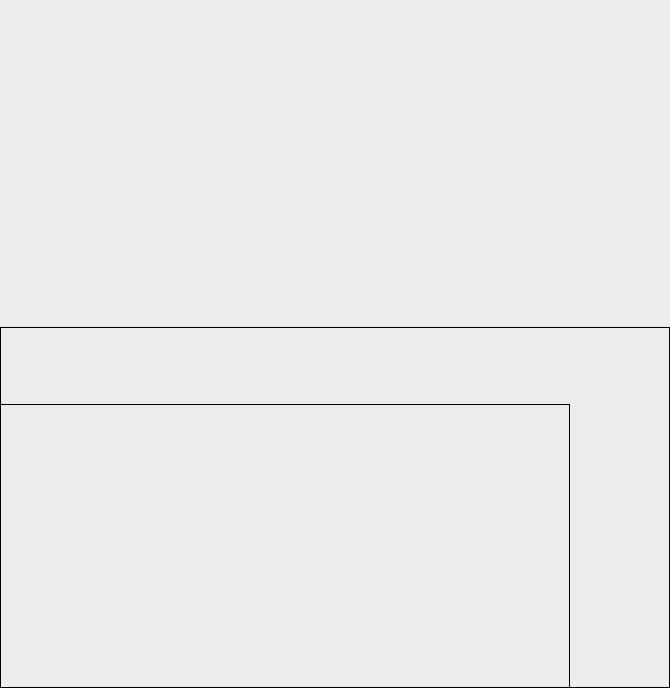
The draw.io diagram new.drawio.png in Posuza/draw.io-files, before a commit. Source tidied: cells renumbered, new cells last; positions are measured from the earlier drawing's top-left corner, leaving out a move shared by most shapes.
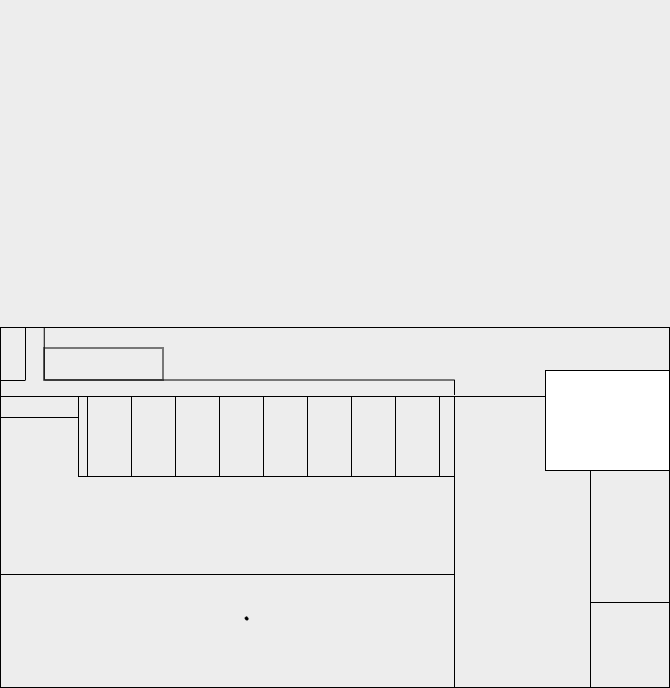
Above is the later version.

Diff of the diagram source:
```diff
@@ -1,9 +1,12 @@
-<mxGraphModel background="light-dark(#EDEDED,#D1D1D1)">
+<mxGraphModel background="light-dark(#EDEDED,#E6E6E6)">
   <root>
     <mxCell id="0" />
     <mxCell id="1" parent="0" />
+    <mxCell id="4" style="rounded=0;whiteSpace=wrap;html=1;fillColor=none;strokeColor=light-dark(#000000,#000000);" parent="1" vertex="1">
+      <mxGeometry y="318" width="669" height="360" as="geometry" />
+    </mxCell>
     <mxCell id="2" style="rounded=0;whiteSpace=wrap;html=1;fillColor=none;strokeColor=light-dark(#000000,#000000);" parent="1" vertex="1">
-      <mxGeometry y="395" width="569" height="283" as="geometry" />
+      <mxGeometry y="387" width="590" height="291" as="geometry" />
     </mxCell>
     <mxCell id="3" style="edgeStyle=none;curved=1;rounded=0;orthogonalLoop=1;jettySize=auto;html=1;exitX=1;exitY=0;exitDx=0;exitDy=0;fontSize=12;startSize=8;endSize=8;" parent="1" edge="1">
       <mxGeometry relative="1" as="geometry">
@@ -11,8 +14,68 @@
         <mxPoint x="258" as="targetPoint" />
       </mxGeometry>
     </mxCell>
-    <mxCell id="4" style="rounded=0;whiteSpace=wrap;html=1;fillColor=none;strokeColor=light-dark(#000000,#000000);" parent="1" vertex="1">
-      <mxGeometry y="318" width="669" height="360" as="geometry" />
-    </mxCell>
+    <mxCell id="5" style="rounded=0;whiteSpace=wrap;html=1;fillColor=none;strokeColor=light-dark(#000000,#000000);" parent="1" vertex="1">
+      <mxGeometry y="387" width="454" height="291" as="geometry" />
+    </mxCell>
+    <mxCell id="6" style="rounded=0;whiteSpace=wrap;html=1;fillColor=none;strokeColor=light-dark(#000000,#000000);glass=0;shadow=0;gradientColor=none;" parent="1" vertex="1">
+      <mxGeometry x="590" y="461" width="79" height="132" as="geometry" />
+    </mxCell>
+    <mxCell id="7" style="rounded=0;whiteSpace=wrap;html=1;fillColor=light-dark(#FFFFFF,#666666);strokeColor=light-dark(#000000,#000000);glass=0;shadow=0;gradientColor=none;" parent="1" vertex="1">
+      <mxGeometry x="545" y="361" width="124" height="100" as="geometry" />
+    </mxCell>
+    <mxCell id="8" style="rounded=0;whiteSpace=wrap;html=1;glass=0;shadow=0;fillColor=light-dark(#FFFFFF, #d1d1d1);strokeColor=none;" parent="1" vertex="1">
+      <mxGeometry x="554.5" y="371" width="105" height="80" as="geometry" />
+    </mxCell>
+    <mxCell id="9" style="rounded=0;whiteSpace=wrap;html=1;glass=0;shadow=0;fillColor=none;strokeColor=light-dark(#000000,#1A1A1A);" parent="1" vertex="1">
+      <mxGeometry x="439" y="387" width="15" height="80" as="geometry" />
+    </mxCell>
+    <mxCell id="10" style="rounded=0;whiteSpace=wrap;html=1;glass=0;shadow=0;fillColor=none;strokeColor=light-dark(#000000,#1A1A1A);" parent="1" vertex="1">
+      <mxGeometry x="395" y="387" width="44" height="80" as="geometry" />
+    </mxCell>
+    <mxCell id="11" style="rounded=0;whiteSpace=wrap;html=1;glass=0;shadow=0;fillColor=none;strokeColor=light-dark(#000000,#1A1A1A);" parent="1" vertex="1">
+      <mxGeometry y="565" width="454" height="113" as="geometry" />
+    </mxCell>
+    <mxCell id="12" style="rounded=0;whiteSpace=wrap;html=1;glass=0;shadow=0;fillColor=none;strokeColor=light-dark(#000000,#1A1A1A);" parent="1" vertex="1">
+      <mxGeometry x="351" y="387" width="44" height="80" as="geometry" />
+    </mxCell>
+    <mxCell id="13" style="rounded=0;whiteSpace=wrap;html=1;glass=0;shadow=0;fillColor=none;strokeColor=light-dark(#000000,#1A1A1A);" parent="1" vertex="1">
+      <mxGeometry x="307" y="387" width="44" height="80" as="geometry" />
+    </mxCell>
+    <mxCell id="14" style="rounded=0;whiteSpace=wrap;html=1;glass=0;shadow=0;fillColor=none;strokeColor=light-dark(#000000,#1A1A1A);" parent="1" vertex="1">
+      <mxGeometry x="263" y="387" width="44" height="80" as="geometry" />
+    </mxCell>
+    <mxCell id="15" style="rounded=0;whiteSpace=wrap;html=1;glass=0;shadow=0;fillColor=none;strokeColor=light-dark(#000000,#1A1A1A);" parent="1" vertex="1">
+      <mxGeometry x="219" y="387" width="44" height="80" as="geometry" />
+    </mxCell>
+    <mxCell id="16" style="rounded=0;whiteSpace=wrap;html=1;glass=0;shadow=0;fillColor=none;strokeColor=light-dark(#000000,#1A1A1A);" parent="1" vertex="1">
+      <mxGeometry x="175" y="387" width="44" height="80" as="geometry" />
+    </mxCell>
+    <mxCell id="17" style="rounded=0;whiteSpace=wrap;html=1;glass=0;shadow=0;fillColor=none;strokeColor=light-dark(#000000,#1A1A1A);" parent="1" vertex="1">
+      <mxGeometry x="131" y="387" width="44" height="80" as="geometry" />
+    </mxCell>
+    <mxCell id="18" style="rounded=0;whiteSpace=wrap;html=1;glass=0;shadow=0;fillColor=none;strokeColor=light-dark(#000000,#1A1A1A);" parent="1" vertex="1">
+      <mxGeometry x="87" y="387" width="44" height="80" as="geometry" />
+    </mxCell>
+    <mxCell id="19" style="rounded=0;whiteSpace=wrap;html=1;glass=0;shadow=0;fillColor=none;strokeColor=light-dark(#000000,#1A1A1A);" parent="1" vertex="1">
+      <mxGeometry x="78" y="387" width="9" height="80" as="geometry" />
+    </mxCell>
+    <mxCell id="20" style="rounded=0;whiteSpace=wrap;html=1;glass=0;shadow=0;fillColor=none;strokeColor=light-dark(#000000,#1A1A1A);" parent="1" vertex="1">
+      <mxGeometry y="387" width="78" height="21" as="geometry" />
+    </mxCell>
+    <mxCell id="21" style="shape=partialRectangle;whiteSpace=wrap;html=1;top=0;left=0;fillColor=none;rounded=0;shadow=0;glass=0;strokeColor=light-dark(#000000,#000000);align=center;verticalAlign=middle;fontFamily=Helvetica;fontSize=12;fontColor=default;" parent="1" vertex="1">
+      <mxGeometry y="318" width="25" height="53" as="geometry" />
+    </mxCell>
+    <mxCell id="22" style="shape=partialRectangle;whiteSpace=wrap;html=1;top=0;left=0;fillColor=none;rounded=0;shadow=0;glass=0;strokeColor=light-dark(#000000,#000000);align=center;verticalAlign=middle;fontFamily=Helvetica;fontSize=12;fontColor=default;rotation=90;" parent="1" vertex="1">
+      <mxGeometry x="222.6" y="139.4" width="52.2" height="410" as="geometry" />
+    </mxCell>
+    <mxCell id="23" style="rounded=0;whiteSpace=wrap;html=1;glass=0;shadow=0;fillColor=none;strokeColor=light-dark(#000000,#1A1A1A);rotation=90;" parent="1" vertex="1">
+      <mxGeometry x="87" y="295" width="32" height="119" as="geometry" />
+    </mxCell>
+    <mxCell id="24" style="shape=partialRectangle;whiteSpace=wrap;html=1;right=0;top=0;bottom=0;fillColor=none;routingCenterX=-0.5;rounded=0;shadow=0;glass=0;strokeColor=light-dark(#000000,#000000);align=center;verticalAlign=middle;fontFamily=Helvetica;fontSize=12;fontColor=default;rotation=-180;" parent="1" vertex="1">
+      <mxGeometry x="392" y="371" width="62" height="14" as="geometry" />
+    </mxCell>
+    <mxCell id="25" style="shape=(stored shape, 640 characters);lineShape=1;strokeColor=default;rounded=0;shadow=0;glass=0;align=center;verticalAlign=middle;fontFamily=Helvetica;fontSize=12;fontColor=default;fillColor=none;" parent="1" vertex="1">
+      <mxGeometry x="244.3" y="607.1" width="3.7" height="3.7" as="geometry" />
+    </mxCell>
   </root>
 </mxGraphModel>
```
